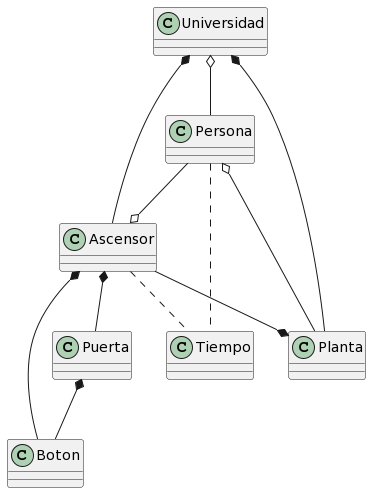
Before: entregas/Grupo4/ModeloDelDominio/images/modeloDelDominio.png, a diagram exported from PlantUML (mmasias/IdSw2-22-23).
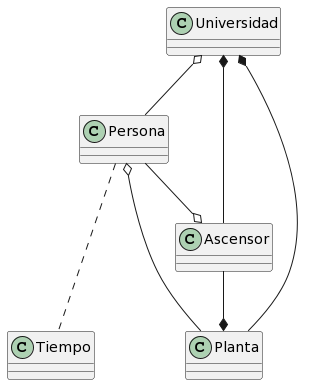
Later version of the same file.

Diff of the diagram source:
```diff
@@ -4,17 +4,10 @@
 class Planta
 class Ascensor
 class Universidad
-class Puerta
-class Boton
 
 Planta -u-o Persona
 Ascensor o-u- Persona
 Planta *-u- Ascensor
-Ascensor .r.. Tiempo
-
-Boton -u-* Ascensor
-Boton -u-* Puerta
-Puerta -u-* Ascensor
 
 Planta -u-* Universidad
 Ascensor -u-* Universidad
```
